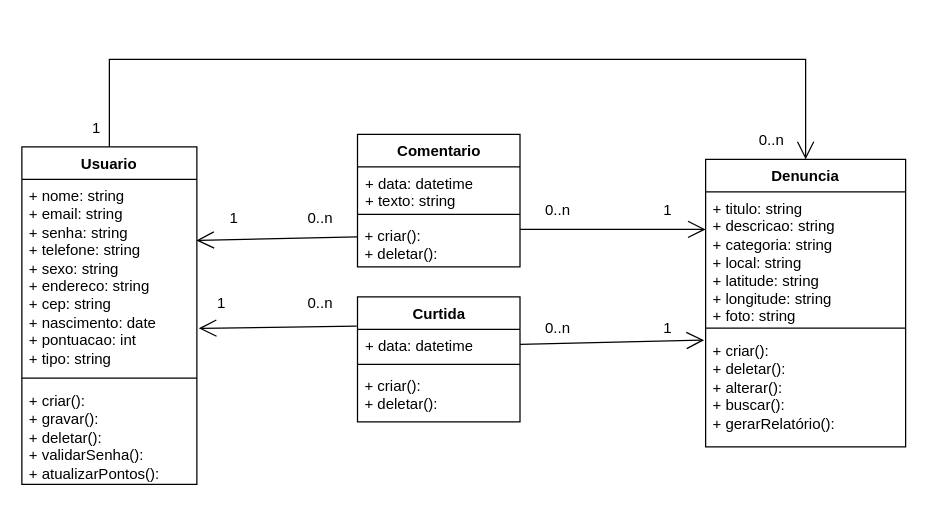
Earlier version of the draw.io diagram Documentação/Diagramas/Diagrama de Classes.drawio (frsouzaa/Documentacao-TCC-NossaVia). Source tidied: cells renumbered, new cells numbered last; positions are measured from the earlier drawing's top-left corner, leaving out a move shared by most shapes. Both pictures are drawn from the tidied source at 125%, with x=0, y=0 at pixel (21, 59).
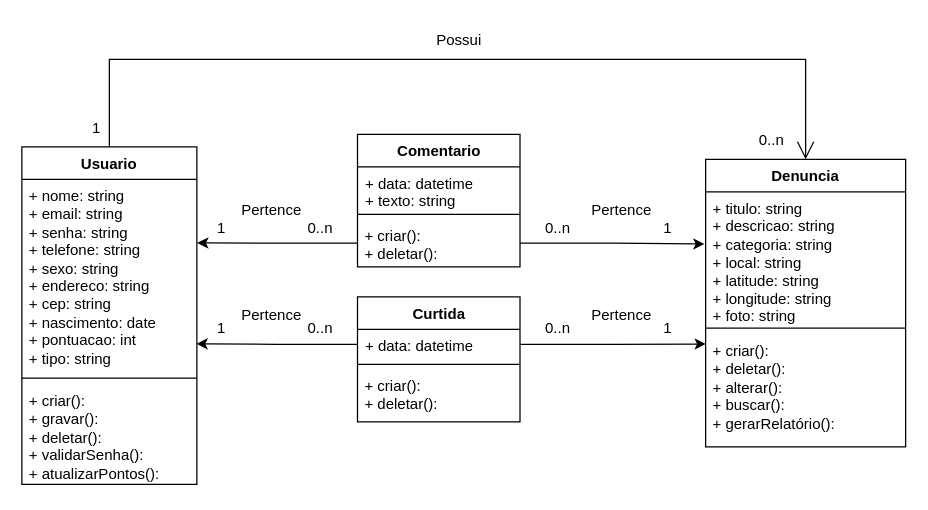
The same diagram, later.

Commit message:
adicionando verbos de relacionamento

The change refers to these unchanged cells:
```xml
<mxCell id="2" value="Usuario" style="swimlane;fontStyle=1;align=center;verticalAlign=top;horizontal=1;startSize=26;whiteSpace=wrap;html=1;" parent="1" vertex="1">
  <mxGeometry y="70" width="140" height="270" as="geometry" />
</mxCell>
<mxCell id="3" value="+ nome: string&lt;div&gt;+ email: string&lt;div&gt;+ senha: string&lt;/div&gt;&lt;div&gt;+ telefone: string&lt;/div&gt;&lt;div&gt;+ sexo: string&lt;/div&gt;&lt;div&gt;&lt;div&gt;+ endereco: string&lt;/div&gt;&lt;div&gt;+ cep: string&lt;/div&gt;&lt;div&gt;+ nascimento: date&lt;/div&gt;&lt;div&gt;+ pontuacao: int&lt;/div&gt;&lt;div&gt;+ tipo&lt;span style=&quot;background-color: initial;&quot;&gt;: string&amp;nbsp;&lt;/span&gt;&lt;/div&gt;&lt;/div&gt;&lt;/div&gt;" style="text;strokeColor=none;fillColor=none;align=left;verticalAlign=top;spacingLeft=4;spacingRight=4;overflow=hidden;points=[[0,0.5],[1,0.5]];portConstraint=eastwest;whiteSpace=wrap;html=1;" parent="2" vertex="1">
  <mxGeometry y="26" width="140" height="154" as="geometry" />
</mxCell>
<mxCell id="6" value="Denuncia" style="swimlane;fontStyle=1;align=center;verticalAlign=top;horizontal=1;startSize=26;whiteSpace=wrap;html=1;" parent="1" vertex="1">
  <mxGeometry x="547" y="80" width="160" height="230" as="geometry" />
</mxCell>
<mxCell id="7" value="+ titulo: string&lt;div&gt;+ descricao: string&lt;/div&gt;&lt;div&gt;+ categoria: string&lt;/div&gt;&lt;div&gt;+ local: string&lt;br&gt;+ latitude: string&lt;/div&gt;&lt;div&gt;+ longitude: string&lt;/div&gt;&lt;div&gt;+ foto: string&lt;/div&gt;&lt;div&gt;&lt;br&gt;&lt;div&gt;&lt;br&gt;&lt;div&gt;&lt;br&gt;&lt;/div&gt;&lt;/div&gt;&lt;/div&gt;" style="text;strokeColor=none;fillColor=none;align=left;verticalAlign=top;spacingLeft=4;spacingRight=4;overflow=hidden;points=[[0,0.5],[1,0.5]];portConstraint=eastwest;whiteSpace=wrap;html=1;" parent="6" vertex="1">
  <mxGeometry y="26" width="160" height="104" as="geometry" />
</mxCell>
<mxCell id="9" value="+ criar():&amp;nbsp;&lt;br style=&quot;padding: 0px; margin: 0px;&quot;&gt;&lt;span style=&quot;&quot;&gt;+ deletar():&amp;nbsp;&lt;/span&gt;&lt;br style=&quot;padding: 0px; margin: 0px;&quot;&gt;+ alterar():&lt;br&gt;+ buscar():&lt;span style=&quot;&quot;&gt;&amp;nbsp;&lt;/span&gt;&lt;br style=&quot;padding: 0px; margin: 0px;&quot;&gt;&lt;span style=&quot;&quot;&gt;+ gerarRelatório():&lt;/span&gt;&lt;span style=&quot;&quot;&gt;&amp;nbsp;&lt;/span&gt;" style="text;strokeColor=none;fillColor=none;align=left;verticalAlign=top;spacingLeft=4;spacingRight=4;overflow=hidden;points=[[0,0.5],[1,0.5]];portConstraint=eastwest;whiteSpace=wrap;html=1;" parent="6" vertex="1">
  <mxGeometry y="140" width="160" height="90" as="geometry" />
</mxCell>
<mxCell id="13" value="+ criar():&#10;+ deletar(): " style="text;align=left;verticalAlign=top;spacingLeft=4;spacingRight=4;overflow=hidden;points=[[0,0.5],[1,0.5]];portConstraint=eastwest;" parent="10" vertex="1">
  <mxGeometry y="68" width="130" height="38" as="geometry" />
</mxCell>
<mxCell id="17" value="+ data: datetime" style="text;strokeColor=none;fillColor=none;align=left;verticalAlign=top;spacingLeft=4;spacingRight=4;overflow=hidden;points=[[0,0.5],[1,0.5]];portConstraint=eastwest;whiteSpace=wrap;html=1;" parent="16" vertex="1">
  <mxGeometry y="26" width="130" height="24" as="geometry" />
</mxCell>
```

The edit, as a diff of the source:
```diff
@@
     <mxCell id="14" value="1" style="text;html=1;align=center;verticalAlign=middle;whiteSpace=wrap;rounded=0;" parent="1" vertex="1">
-      <mxGeometry x="487" y="106" width="60" height="30" as="geometry" />
+      <mxGeometry x="487" y="120" width="60" height="30" as="geometry" />
     </mxCell>
     <mxCell id="15" value="0..n" style="text;html=1;align=center;verticalAlign=middle;whiteSpace=wrap;rounded=0;" parent="1" vertex="1">
-      <mxGeometry x="398.5" y="106" width="60" height="30" as="geometry" />
+      <mxGeometry x="398.5" y="120" width="60" height="30" as="geometry" />
     </mxCell>
@@
     <mxCell id="21" value="0..n" style="text;html=1;align=center;verticalAlign=middle;whiteSpace=wrap;rounded=0;" parent="1" vertex="1">
-      <mxGeometry x="208.5" y="112" width="60" height="30" as="geometry" />
+      <mxGeometry x="208.5" y="120" width="60" height="30" as="geometry" />
     </mxCell>
     <mxCell id="22" value="1" style="text;html=1;align=center;verticalAlign=middle;whiteSpace=wrap;rounded=0;" parent="1" vertex="1">
-      <mxGeometry x="140" y="112" width="60" height="30" as="geometry" />
+      <mxGeometry x="130" y="120" width="60" height="30" as="geometry" />
     </mxCell>
@@
     <mxCell id="24" value="0..n" style="text;html=1;align=center;verticalAlign=middle;whiteSpace=wrap;rounded=0;" parent="1" vertex="1">
-      <mxGeometry x="208.5" y="180" width="60" height="30" as="geometry" />
+      <mxGeometry x="208.5" y="200" width="60" height="30" as="geometry" />
     </mxCell>
     <mxCell id="25" value="1" style="text;html=1;align=center;verticalAlign=middle;whiteSpace=wrap;rounded=0;" parent="1" vertex="1">
-      <mxGeometry x="130" y="180" width="60" height="30" as="geometry" />
+      <mxGeometry x="130" y="200" width="60" height="30" as="geometry" />
     </mxCell>
@@
-    <mxCell id="28" style="endArrow=open;endFill=1;endSize=12;html=1;rounded=0;entryX=-0.006;entryY=0.107;entryDx=0;entryDy=0;entryPerimeter=0;exitX=1;exitY=0.5;exitDx=0;exitDy=0;" parent="1" edge="1" source="17">
-      <mxGeometry relative="1" as="geometry">
-        <mxPoint x="545.8" y="224.6" as="targetPoint" />
-      </mxGeometry>
-    </mxCell>
-    <mxCell id="29" style="endArrow=open;endFill=1;endSize=12;html=1;rounded=0;entryX=1;entryY=1;entryDx=0;entryDy=0;exitX=0;exitY=1;exitDx=0;exitDy=0;" parent="1" edge="1" source="15" target="14">
-      <mxGeometry relative="1" as="geometry" />
-    </mxCell>
+    <mxCell id="32" style="endArrow=open;endFill=1;endSize=12;html=1;rounded=0;entryX=0.5;entryY=0;entryDx=0;entryDy=0;exitX=0.5;exitY=0;exitDx=0;exitDy=0;" parent="1" edge="1" source="2" target="6">
+      <mxGeometry relative="1" as="geometry">
+        <Array as="points">
+          <mxPoint x="70" />
+          <mxPoint x="627" />
+        </Array>
+      </mxGeometry>
+    </mxCell>
+    <mxCell id="33" value="Possui" style="text;html=1;align=center;verticalAlign=middle;whiteSpace=wrap;rounded=0;" parent="1" vertex="1">
+      <mxGeometry x="320" y="-30" width="60" height="30" as="geometry" />
+    </mxCell>
+    <mxCell id="34" value="Pertence" style="text;html=1;align=center;verticalAlign=middle;whiteSpace=wrap;rounded=0;" parent="1" vertex="1">
+      <mxGeometry x="170" y="106" width="60" height="30" as="geometry" />
+    </mxCell>
+    <mxCell id="35" value="Pertence" style="text;html=1;align=center;verticalAlign=middle;whiteSpace=wrap;rounded=0;" parent="1" vertex="1">
+      <mxGeometry x="170" y="190" width="60" height="30" as="geometry" />
+    </mxCell>
+    <mxCell id="36" value="Pertence" style="text;html=1;align=center;verticalAlign=middle;whiteSpace=wrap;rounded=0;" parent="1" vertex="1">
+      <mxGeometry x="450" y="106" width="60" height="30" as="geometry" />
+    </mxCell>
+    <mxCell id="37" value="Pertence" style="text;html=1;align=center;verticalAlign=middle;whiteSpace=wrap;rounded=0;" parent="1" vertex="1">
+      <mxGeometry x="450" y="190" width="60" height="30" as="geometry" />
+    </mxCell>
+    <mxCell id="38" style="edgeStyle=orthogonalEdgeStyle;rounded=0;jettySize=auto;html=1;exitX=1;exitY=0.5;exitDx=0;exitDy=0;entryX=0.001;entryY=0.086;entryDx=0;entryDy=0;entryPerimeter=0;" parent="1" edge="1" source="17" target="9">
+      <mxGeometry relative="1" as="geometry" />
+    </mxCell>
-    <mxCell id="30" style="endArrow=open;endFill=1;endSize=12;html=1;rounded=0;entryX=1.011;entryY=0.774;entryDx=0;entryDy=0;exitX=-0.005;exitY=-0.106;exitDx=0;exitDy=0;exitPerimeter=0;entryPerimeter=0;" parent="1" edge="1" source="17" target="3">
+    <mxCell id="30" style="edgeStyle=orthogonalEdgeStyle;rounded=0;jettySize=auto;html=1;entryX=0.998;entryY=0.854;entryDx=0;entryDy=0;entryPerimeter=0;" parent="1" edge="1" source="17" target="3">
       <mxGeometry relative="1" as="geometry" />
     </mxCell>
-    <mxCell id="31" style="endArrow=open;endFill=1;endSize=12;html=1;rounded=0;exitX=1;exitY=1;exitDx=0;exitDy=0;entryX=0.997;entryY=0.317;entryDx=0;entryDy=0;entryPerimeter=0;" parent="1" edge="1" source="21" target="3">
-      <mxGeometry relative="1" as="geometry" />
-    </mxCell>
-    <mxCell id="32" style="endArrow=open;endFill=1;endSize=12;html=1;rounded=0;entryX=0.5;entryY=0;entryDx=0;entryDy=0;exitX=0.5;exitY=0;exitDx=0;exitDy=0;" parent="1" edge="1" source="2" target="6">
-      <mxGeometry relative="1" as="geometry">
-        <Array as="points">
-          <mxPoint x="70" />
-          <mxPoint x="627" />
-        </Array>
-      </mxGeometry>
-    </mxCell>
+    <mxCell id="39" style="edgeStyle=orthogonalEdgeStyle;rounded=0;jettySize=auto;html=1;entryX=1.002;entryY=0.33;entryDx=0;entryDy=0;entryPerimeter=0;" parent="1" edge="1" source="13" target="3">
+      <mxGeometry relative="1" as="geometry" />
+    </mxCell>
+    <mxCell id="40" style="edgeStyle=orthogonalEdgeStyle;rounded=0;jettySize=auto;html=1;entryX=-0.006;entryY=0.401;entryDx=0;entryDy=0;entryPerimeter=0;" parent="1" edge="1" source="13" target="7">
+      <mxGeometry relative="1" as="geometry" />
+    </mxCell>
```
